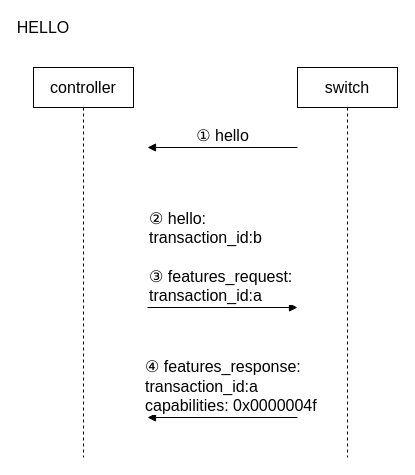
Before: page "第 1 页" (1 of 9) of SDN.drawio in waterwatermelon/graph, a draw.io diagram. Source tidied: cells renumbered, new cells numbered last; positions are measured from the earlier drawing's top-left corner, leaving out a move shared by most shapes. Both pictures are drawn from the tidied source at 100%, with x=0, y=0 at pixel (23, 17).
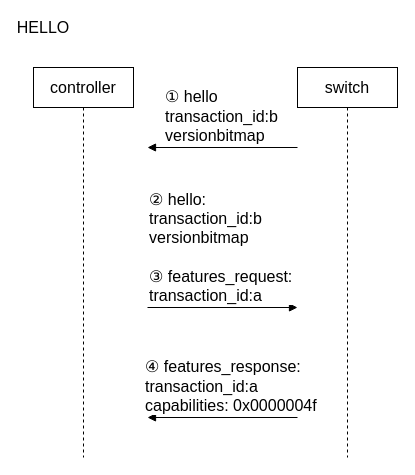
The same diagram, later.

Change to the diagram source:
```diff
@@
 <mxGraphModel>
   <root>
     <mxCell id="0" />
     <mxCell id="1" parent="0" />
     <mxCell id="2" value="HELLO" style="text;html=1;strokeColor=none;fillColor=none;align=center;verticalAlign=middle;whiteSpace=wrap;rounded=0;fontSize=16;" parent="1" vertex="1">
       <mxGeometry width="40" height="20" as="geometry" />
     </mxCell>
     <mxCell id="3" value="controller" style="shape=umlLifeline;perimeter=lifelinePerimeter;whiteSpace=wrap;html=1;fontSize=16;" parent="1" vertex="1">
       <mxGeometry x="10" y="50" width="100" height="390" as="geometry" />
     </mxCell>
     <mxCell id="4" value="switch" style="shape=umlLifeline;perimeter=lifelinePerimeter;whiteSpace=wrap;html=1;fontSize=16;" parent="1" vertex="1">
       <mxGeometry x="274" y="50" width="100" height="390" as="geometry" />
     </mxCell>
-    <mxCell id="5" value="① hello" style="html=1;verticalAlign=bottom;endArrow=block;fontSize=16;" parent="1" edge="1">
-      <mxGeometry relative="1" as="geometry">
+    <mxCell id="5" value="① hello&lt;br&gt;&lt;div&gt;transaction_id:b&lt;/div&gt;versionbitmap" style="html=1;verticalAlign=bottom;endArrow=block;fontSize=16;align=left;" parent="1" edge="1">
+      <mxGeometry x="0.79" relative="1" as="geometry">
         <mxPoint x="274" y="130" as="sourcePoint" />
         <mxPoint x="124" y="130" as="targetPoint" />
       </mxGeometry>
     </mxCell>
     <mxCell id="6" value="④ features_response:&lt;br&gt;transaction_id:a&lt;br&gt;capabilities: 0x0000004f" style="html=1;verticalAlign=bottom;endArrow=block;fontSize=16;align=left;" parent="1" edge="1">
       <mxGeometry x="1" y="4" relative="1" as="geometry">
         <mxPoint x="274" y="400" as="sourcePoint" />
         <mxPoint x="124" y="400" as="targetPoint" />
         <mxPoint x="-4" y="-4" as="offset" />
       </mxGeometry>
     </mxCell>
-    <mxCell id="7" value="② hello:&lt;br&gt;transaction_id:b&lt;br&gt;&lt;br&gt;③ features_request:&lt;br&gt;transaction_id:a" style="html=1;verticalAlign=bottom;endArrow=block;fontSize=16;align=left;" parent="1" edge="1">
+    <mxCell id="7" value="② hello:&lt;br&gt;transaction_id:b&lt;br&gt;&lt;span style=&quot;text-align: center&quot;&gt;versionbitmap&lt;br&gt;&lt;/span&gt;&lt;br&gt;③ features_request:&lt;br&gt;transaction_id:a" style="html=1;verticalAlign=bottom;endArrow=block;fontSize=16;align=left;" parent="1" edge="1">
       <mxGeometry x="-1" relative="1" as="geometry">
         <mxPoint x="124" y="290" as="sourcePoint" />
         <mxPoint x="274" y="290" as="targetPoint" />
       </mxGeometry>
     </mxCell>
   </root>
 </mxGraphModel>
```
